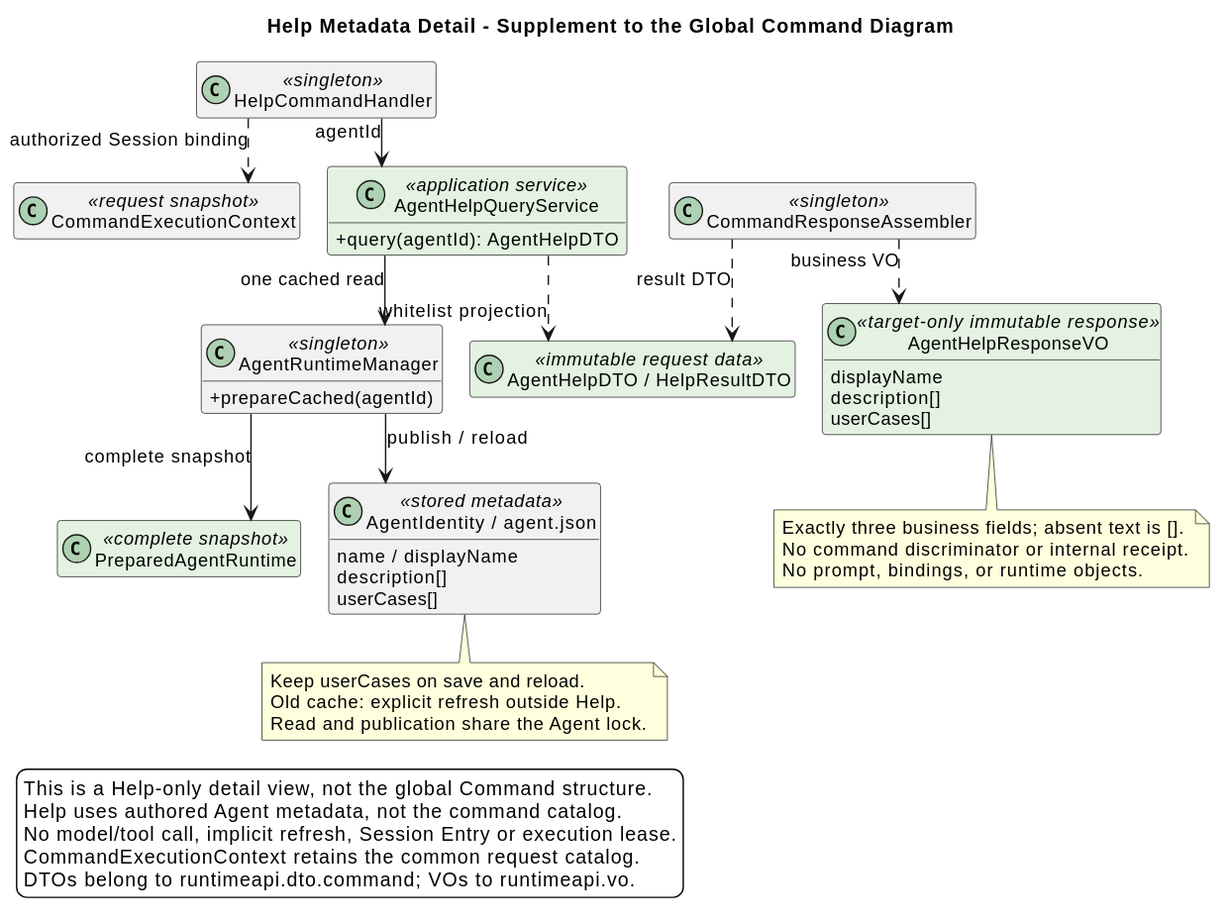
Before: 04-命令与技能/01-内置命令/Help-Agent使用指南/target_help_metadata_classes.svg, a diagram exported from PlantUML (ssm0808/pi-mono-java-design).
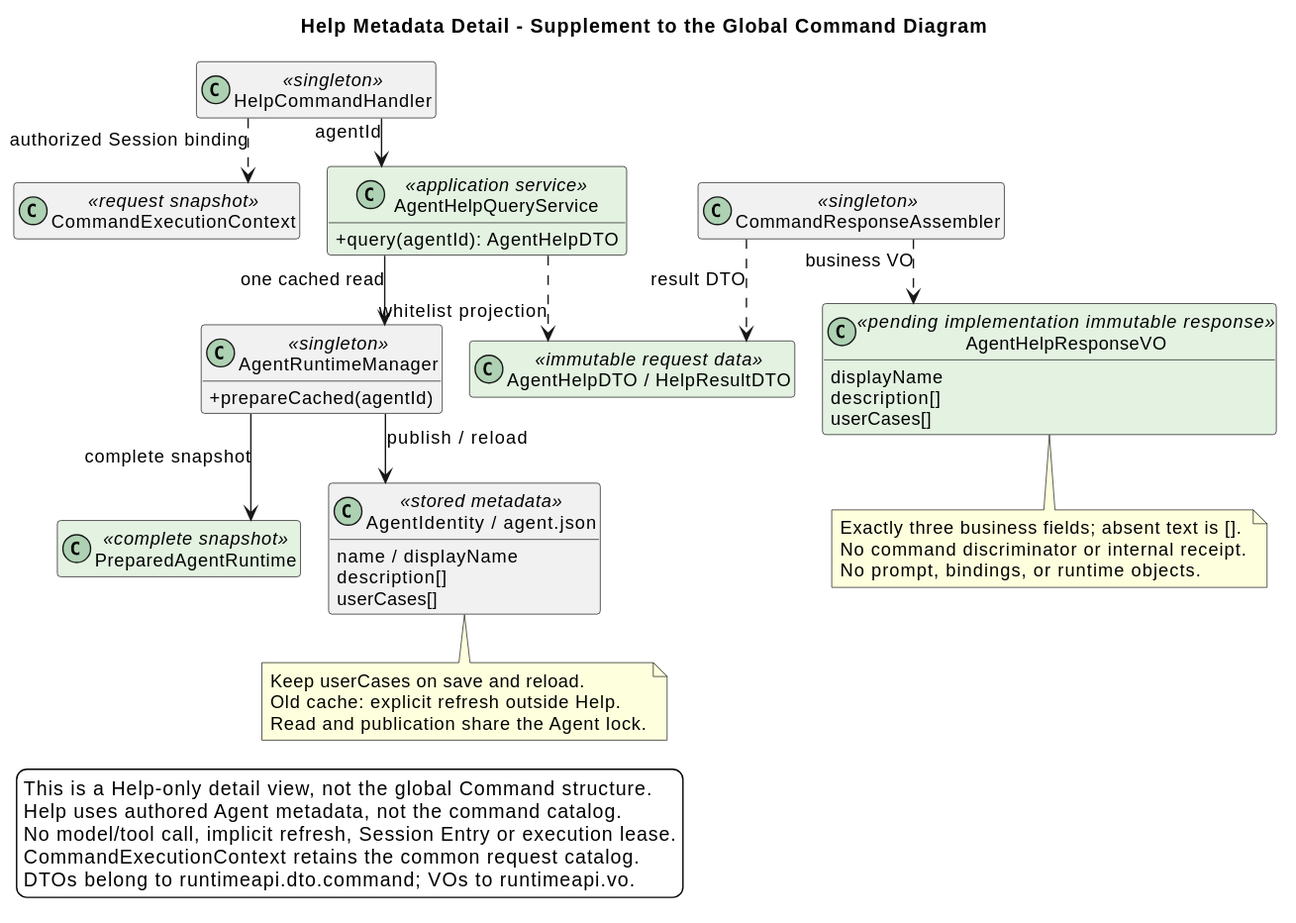
Above is the later version.

The edit, as a diff of the source:
```diff
@@ -28,7 +28,7 @@
 }
 class "AgentHelpDTO / HelpResultDTO" as HelpData <<immutable request data>> #E3F2E1
 class CommandResponseAssembler <<singleton>>
-class AgentHelpResponseVO <<target-only immutable response>> #E3F2E1 {
+class AgentHelpResponseVO <<pending implementation immutable response>> #E3F2E1 {
   displayName
   description[]
   userCases[]
```
